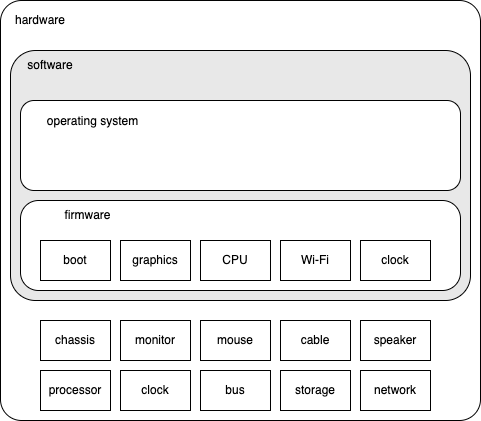
This is modules/introduction/assets/images/hardware-software-3.png from nickhardiman/articles-fedora-rpi4, a draw.io export, as it was before one commit. Source tidied: cells renumbered, new cells last; positions are measured from the earlier drawing's top-left corner, leaving out a move shared by most shapes. Its diagram source:
```xml
<mxGraphModel>
  <root>
    <mxCell id="0" />
    <mxCell id="1" parent="0" />
    <mxCell id="2" style="rounded=1;whiteSpace=wrap;html=1;arcSize=5;imageHeight=24;" parent="1" vertex="1">
      <mxGeometry width="480" height="420" as="geometry" />
    </mxCell>
    <mxCell id="3" style="rounded=1;whiteSpace=wrap;html=1;arcSize=10;fillColor=#E8E8E8;" parent="1" vertex="1">
      <mxGeometry x="10" y="50" width="460" height="250" as="geometry" />
    </mxCell>
    <mxCell id="4" style="rounded=1;whiteSpace=wrap;html=1;arcSize=15;" parent="1" vertex="1">
      <mxGeometry x="20" y="100" width="440" height="90" as="geometry" />
    </mxCell>
    <mxCell id="5" style="rounded=1;whiteSpace=wrap;html=1;arcSize=20;imageHeight=24;" parent="1" vertex="1">
      <mxGeometry x="20" y="200" width="440" height="90" as="geometry" />
    </mxCell>
    <mxCell id="6" value="chassis" style="rounded=0;whiteSpace=wrap;html=1;" parent="1" vertex="1">
      <mxGeometry x="40" y="320" width="70" height="40" as="geometry" />
    </mxCell>
    <mxCell id="7" value="monitor" style="rounded=0;whiteSpace=wrap;html=1;" parent="1" vertex="1">
      <mxGeometry x="120" y="320" width="70" height="40" as="geometry" />
    </mxCell>
    <mxCell id="8" value="mouse" style="rounded=0;whiteSpace=wrap;html=1;" parent="1" vertex="1">
      <mxGeometry x="200" y="320" width="70" height="40" as="geometry" />
    </mxCell>
    <mxCell id="9" value="cable" style="rounded=0;whiteSpace=wrap;html=1;" parent="1" vertex="1">
      <mxGeometry x="280" y="320" width="70" height="40" as="geometry" />
    </mxCell>
    <mxCell id="10" value="speaker" style="rounded=0;whiteSpace=wrap;html=1;" parent="1" vertex="1">
      <mxGeometry x="360" y="320" width="70" height="40" as="geometry" />
    </mxCell>
    <mxCell id="11" value="software" style="text;html=1;strokeColor=none;fillColor=none;align=center;verticalAlign=middle;whiteSpace=wrap;rounded=0;" parent="1" vertex="1">
      <mxGeometry x="20" y="50" width="60" height="30" as="geometry" />
    </mxCell>
    <mxCell id="12" value="hardware" style="text;html=1;strokeColor=none;fillColor=none;align=center;verticalAlign=middle;whiteSpace=wrap;rounded=0;" parent="1" vertex="1">
      <mxGeometry x="10" y="5" width="60" height="30" as="geometry" />
    </mxCell>
    <mxCell id="13" value="processor" style="rounded=0;whiteSpace=wrap;html=1;" parent="1" vertex="1">
      <mxGeometry x="40" y="370" width="70" height="40" as="geometry" />
    </mxCell>
    <mxCell id="14" value="clock" style="rounded=0;whiteSpace=wrap;html=1;" parent="1" vertex="1">
      <mxGeometry x="120" y="370" width="70" height="40" as="geometry" />
    </mxCell>
    <mxCell id="15" value="bus" style="rounded=0;whiteSpace=wrap;html=1;" parent="1" vertex="1">
      <mxGeometry x="200" y="370" width="70" height="40" as="geometry" />
    </mxCell>
    <mxCell id="16" value="storage" style="rounded=0;whiteSpace=wrap;html=1;" parent="1" vertex="1">
      <mxGeometry x="280" y="370" width="70" height="40" as="geometry" />
    </mxCell>
    <mxCell id="17" value="network" style="rounded=0;whiteSpace=wrap;html=1;" parent="1" vertex="1">
      <mxGeometry x="360" y="370" width="70" height="40" as="geometry" />
    </mxCell>
    <mxCell id="18" value="boot" style="rounded=0;whiteSpace=wrap;html=1;" parent="1" vertex="1">
      <mxGeometry x="40" y="240" width="70" height="40" as="geometry" />
    </mxCell>
    <mxCell id="19" value="graphics" style="rounded=0;whiteSpace=wrap;html=1;" parent="1" vertex="1">
      <mxGeometry x="120" y="240" width="70" height="40" as="geometry" />
    </mxCell>
    <mxCell id="20" value="CPU" style="rounded=0;whiteSpace=wrap;html=1;" parent="1" vertex="1">
      <mxGeometry x="200" y="240" width="70" height="40" as="geometry" />
    </mxCell>
    <mxCell id="21" value="Wi-Fi" style="rounded=0;whiteSpace=wrap;html=1;" parent="1" vertex="1">
      <mxGeometry x="280" y="240" width="70" height="40" as="geometry" />
    </mxCell>
    <mxCell id="22" value="clock" style="rounded=0;whiteSpace=wrap;html=1;" parent="1" vertex="1">
      <mxGeometry x="360" y="240" width="70" height="40" as="geometry" />
    </mxCell>
    <mxCell id="23" value="firmware" style="text;html=1;strokeColor=none;fillColor=none;align=center;verticalAlign=middle;whiteSpace=wrap;rounded=0;" parent="1" vertex="1">
      <mxGeometry x="45" y="200" width="85" height="30" as="geometry" />
    </mxCell>
    <mxCell id="24" value="operating system" style="text;html=1;strokeColor=none;fillColor=none;align=center;verticalAlign=middle;whiteSpace=wrap;rounded=0;" parent="1" vertex="1">
      <mxGeometry x="45" y="120" width="95" as="geometry" />
    </mxCell>
  </root>
</mxGraphModel>
```
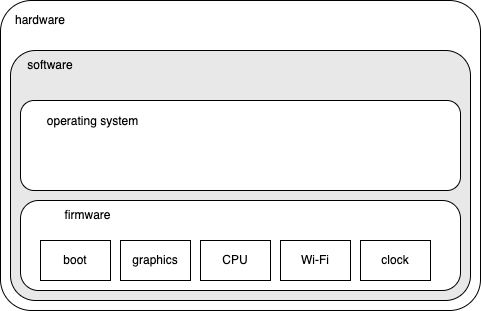
Later version of the same file.

Commit message:
hardware clean up

Diff of the diagram source:
```diff
@@ -2,8 +2,8 @@
   <root>
     <mxCell id="0" />
     <mxCell id="1" parent="0" />
-    <mxCell id="2" style="rounded=1;whiteSpace=wrap;html=1;arcSize=5;imageHeight=24;" parent="1" vertex="1">
-      <mxGeometry width="480" height="420" as="geometry" />
+    <mxCell id="2" style="rounded=1;whiteSpace=wrap;html=1;arcSize=10;imageHeight=24;" parent="1" vertex="1">
+      <mxGeometry width="480" height="310" as="geometry" />
     </mxCell>
     <mxCell id="3" style="rounded=1;whiteSpace=wrap;html=1;arcSize=10;fillColor=#E8E8E8;" parent="1" vertex="1">
       <mxGeometry x="10" y="50" width="460" height="250" as="geometry" />
@@ -14,42 +14,12 @@
     <mxCell id="5" style="rounded=1;whiteSpace=wrap;html=1;arcSize=20;imageHeight=24;" parent="1" vertex="1">
       <mxGeometry x="20" y="200" width="440" height="90" as="geometry" />
     </mxCell>
-    <mxCell id="6" value="chassis" style="rounded=0;whiteSpace=wrap;html=1;" parent="1" vertex="1">
-      <mxGeometry x="40" y="320" width="70" height="40" as="geometry" />
-    </mxCell>
-    <mxCell id="7" value="monitor" style="rounded=0;whiteSpace=wrap;html=1;" parent="1" vertex="1">
-      <mxGeometry x="120" y="320" width="70" height="40" as="geometry" />
-    </mxCell>
-    <mxCell id="8" value="mouse" style="rounded=0;whiteSpace=wrap;html=1;" parent="1" vertex="1">
-      <mxGeometry x="200" y="320" width="70" height="40" as="geometry" />
-    </mxCell>
-    <mxCell id="9" value="cable" style="rounded=0;whiteSpace=wrap;html=1;" parent="1" vertex="1">
-      <mxGeometry x="280" y="320" width="70" height="40" as="geometry" />
-    </mxCell>
-    <mxCell id="10" value="speaker" style="rounded=0;whiteSpace=wrap;html=1;" parent="1" vertex="1">
-      <mxGeometry x="360" y="320" width="70" height="40" as="geometry" />
-    </mxCell>
     <mxCell id="11" value="software" style="text;html=1;strokeColor=none;fillColor=none;align=center;verticalAlign=middle;whiteSpace=wrap;rounded=0;" parent="1" vertex="1">
       <mxGeometry x="20" y="50" width="60" height="30" as="geometry" />
     </mxCell>
     <mxCell id="12" value="hardware" style="text;html=1;strokeColor=none;fillColor=none;align=center;verticalAlign=middle;whiteSpace=wrap;rounded=0;" parent="1" vertex="1">
       <mxGeometry x="10" y="5" width="60" height="30" as="geometry" />
     </mxCell>
-    <mxCell id="13" value="processor" style="rounded=0;whiteSpace=wrap;html=1;" parent="1" vertex="1">
-      <mxGeometry x="40" y="370" width="70" height="40" as="geometry" />
-    </mxCell>
-    <mxCell id="14" value="clock" style="rounded=0;whiteSpace=wrap;html=1;" parent="1" vertex="1">
-      <mxGeometry x="120" y="370" width="70" height="40" as="geometry" />
-    </mxCell>
-    <mxCell id="15" value="bus" style="rounded=0;whiteSpace=wrap;html=1;" parent="1" vertex="1">
-      <mxGeometry x="200" y="370" width="70" height="40" as="geometry" />
-    </mxCell>
-    <mxCell id="16" value="storage" style="rounded=0;whiteSpace=wrap;html=1;" parent="1" vertex="1">
-      <mxGeometry x="280" y="370" width="70" height="40" as="geometry" />
-    </mxCell>
-    <mxCell id="17" value="network" style="rounded=0;whiteSpace=wrap;html=1;" parent="1" vertex="1">
-      <mxGeometry x="360" y="370" width="70" height="40" as="geometry" />
-    </mxCell>
     <mxCell id="18" value="boot" style="rounded=0;whiteSpace=wrap;html=1;" parent="1" vertex="1">
       <mxGeometry x="40" y="240" width="70" height="40" as="geometry" />
     </mxCell>
```
